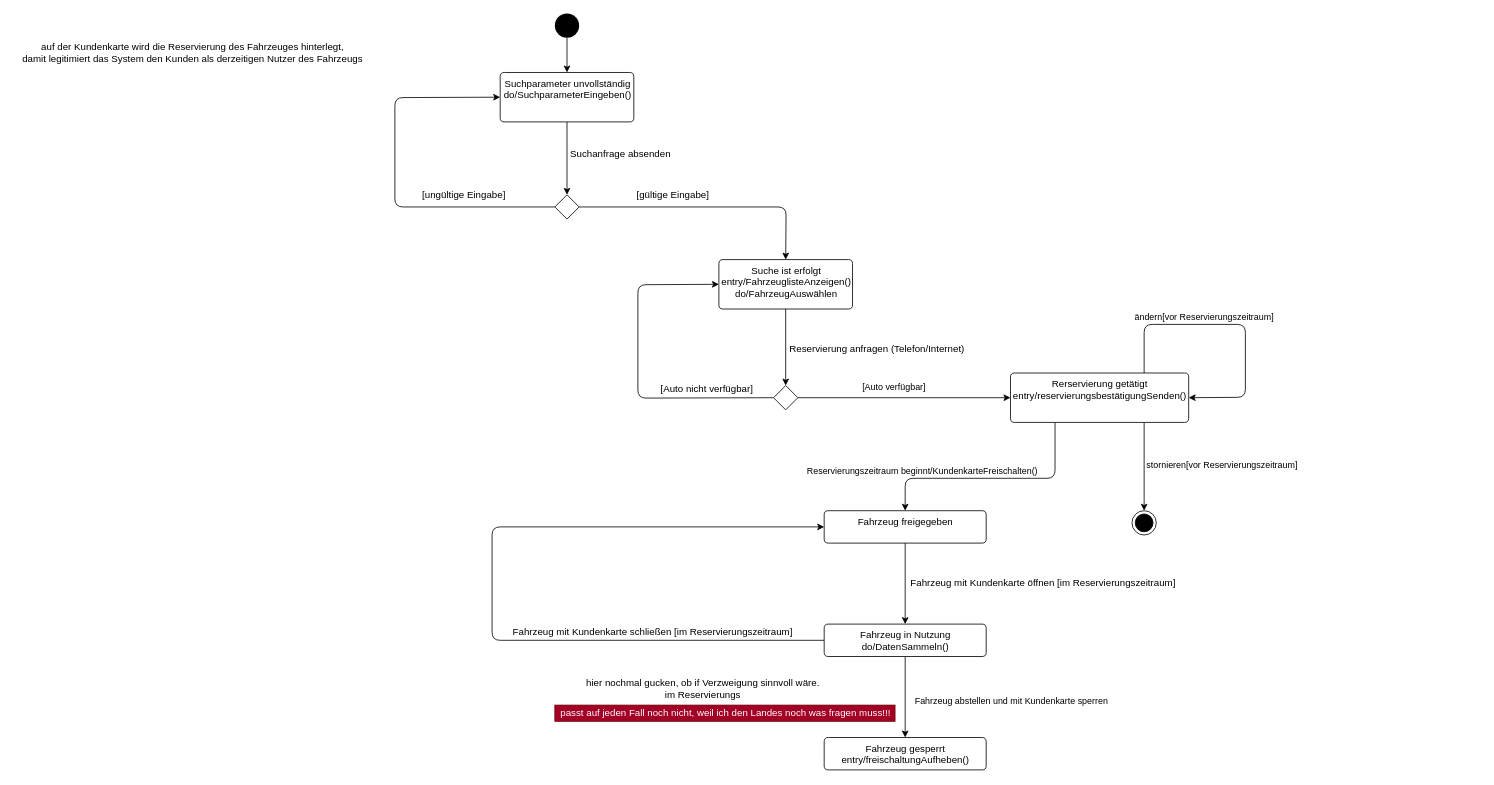
Above: Mini-Praktikum/e-Zustandsdiagramm-Lukas.drawio in TheBlackDragon4/SWE-HS-Co-Se5 (draw.io), before the change. Source tidied: cells renumbered, new cells numbered last; positions are measured from the earlier drawing's top-left corner, leaving out a move shared by most shapes. Both pictures are drawn from the tidied source at 81%, with x=0, y=0 at pixel (14, 13).
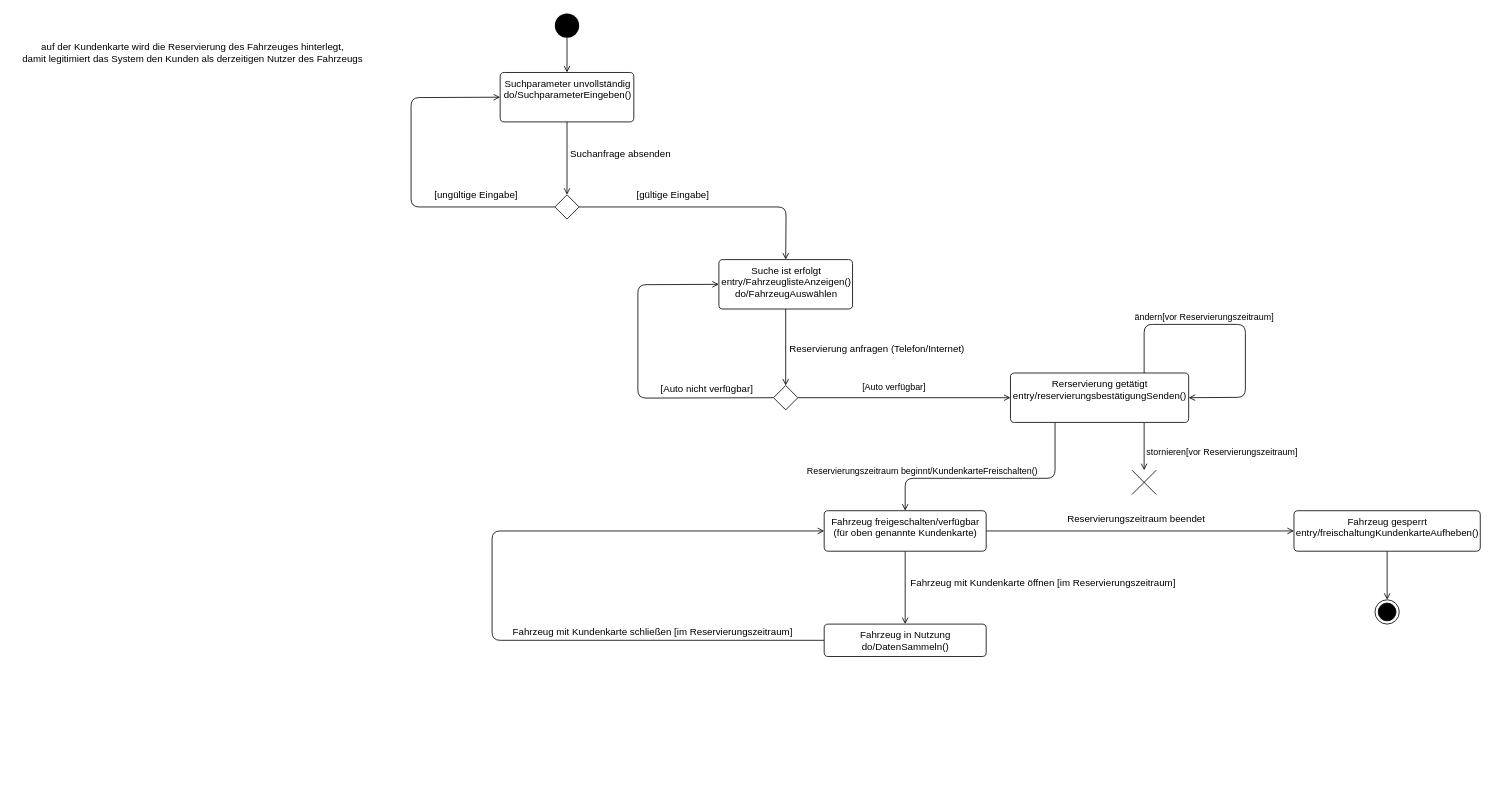
Above is the later version.

Unchanged cells that the change refers to:
```xml
<mxCell id="3" style="ellipse;fillColor=#000000;strokeColor=none;" parent="1" vertex="1">
  <mxGeometry x="667.5" y="0.2" width="30" height="30" as="geometry" />
</mxCell>
<mxCell id="7" value="Suchparameter unvollständig&lt;br&gt;do/SuchparameterEingeben()" style="html=1;align=center;verticalAlign=top;rounded=1;absoluteArcSize=1;arcSize=10;dashed=0;" parent="1" vertex="1">
  <mxGeometry x="600" y="73" width="165" height="61" as="geometry" />
</mxCell>
<mxCell id="14" value="Rerservierung getätigt&lt;br&gt;entry/reservierungsbestätigungSenden()" style="html=1;align=center;verticalAlign=top;rounded=1;absoluteArcSize=1;arcSize=10;dashed=0;" parent="1" vertex="1">
  <mxGeometry x="1230" y="444" width="220" height="61" as="geometry" />
</mxCell>
<mxCell id="24" style="rhombus;direction=east;" parent="1" vertex="1">
  <mxGeometry x="667.5" y="224" width="30" height="30" as="geometry" />
</mxCell>
<mxCell id="27" value="Suche ist erfolgt&lt;br&gt;entry/FahrzeuglisteAnzeigen()&lt;br&gt;do/FahrzeugAuswählen" style="html=1;align=center;verticalAlign=top;rounded=1;absoluteArcSize=1;arcSize=10;dashed=0;" parent="1" vertex="1">
  <mxGeometry x="870" y="304" width="165" height="61" as="geometry" />
</mxCell>
<mxCell id="31" style="rhombus;direction=east;" parent="1" vertex="1">
  <mxGeometry x="937.5" y="459.5" width="30" height="30" as="geometry" />
</mxCell>
<mxCell id="35" value="Fahrzeug in Nutzung&lt;br&gt;do/DatenSammeln()" style="html=1;align=center;verticalAlign=top;rounded=1;absoluteArcSize=1;arcSize=10;dashed=0;" parent="1" vertex="1">
  <mxGeometry x="1000" y="754" width="200" height="40" as="geometry" />
</mxCell>
```

Diff of the diagram source:
```diff
@@
-    <mxCell id="2" style="edgeStyle=none;html=1;exitX=0.5;exitY=1;exitDx=0;exitDy=0;entryX=0.5;entryY=0;entryDx=0;entryDy=0;" parent="1" edge="1" source="3" target="7">
+    <mxCell id="2" style="edgeStyle=none;html=1;exitX=0.5;exitY=1;exitDx=0;exitDy=0;entryX=0.5;entryY=0;entryDx=0;entryDy=0;endArrow=open;endFill=0;" parent="1" edge="1" source="3" target="7">
       <mxGeometry relative="1" as="geometry" />
     </mxCell>
@@
-    <mxCell id="4" style="edgeStyle=none;html=1;entryX=0;entryY=0.5;entryDx=0;entryDy=0;exitX=1;exitY=0.5;exitDx=0;exitDy=0;" parent="1" edge="1" source="31" target="14">
+    <mxCell id="4" style="edgeStyle=none;html=1;entryX=0;entryY=0.5;entryDx=0;entryDy=0;exitX=1;exitY=0.5;exitDx=0;exitDy=0;endArrow=open;endFill=0;" parent="1" edge="1" source="31" target="14">
       <mxGeometry relative="1" as="geometry" />
     </mxCell>
@@
-    <mxCell id="6" style="edgeStyle=none;html=1;exitX=0.5;exitY=1;exitDx=0;exitDy=0;entryX=0.5;entryY=0;entryDx=0;entryDy=0;" parent="1" edge="1" source="7" target="24">
+    <mxCell id="6" style="edgeStyle=none;html=1;exitX=0.5;exitY=1;exitDx=0;exitDy=0;entryX=0.5;entryY=0;entryDx=0;entryDy=0;endArrow=open;endFill=0;" parent="1" edge="1" source="7" target="24">
       <mxGeometry relative="1" as="geometry" />
     </mxCell>
@@
-    <mxCell id="8" style="edgeStyle=none;html=1;exitX=0.75;exitY=0;exitDx=0;exitDy=0;entryX=1;entryY=0.5;entryDx=0;entryDy=0;" parent="1" edge="1" source="14" target="14">
+    <mxCell id="8" style="edgeStyle=none;html=1;exitX=0.75;exitY=0;exitDx=0;exitDy=0;entryX=1;entryY=0.5;entryDx=0;entryDy=0;endArrow=open;endFill=0;" parent="1" edge="1" source="14" target="14">
       <mxGeometry relative="1" as="geometry">
         <Array as="points">
           <mxPoint x="1395" y="384" />
           <mxPoint x="1520" y="384" />
           <mxPoint x="1520" y="474" />
         </Array>
       </mxGeometry>
     </mxCell>
@@
-    <mxCell id="10" style="edgeStyle=none;html=1;exitX=0.75;exitY=1;exitDx=0;exitDy=0;entryX=0.5;entryY=0;entryDx=0;entryDy=0;" parent="1" edge="1" source="14" target="15">
-      <mxGeometry relative="1" as="geometry" />
+    <mxCell id="10" style="edgeStyle=none;html=1;exitX=0.75;exitY=1;exitDx=0;exitDy=0;endArrow=open;endFill=0;entryX=0.5;entryY=0;entryDx=0;entryDy=0;" parent="1" edge="1" source="14">
+      <mxGeometry relative="1" as="geometry">
+        <mxPoint x="1395" y="564" as="targetPoint" />
+      </mxGeometry>
     </mxCell>
@@
-    <mxCell id="12" style="edgeStyle=none;html=1;exitX=0.25;exitY=1;exitDx=0;exitDy=0;entryX=0.5;entryY=0;entryDx=0;entryDy=0;" parent="1" edge="1" source="14" target="20">
+    <mxCell id="12" style="edgeStyle=none;html=1;exitX=0.25;exitY=1;exitDx=0;exitDy=0;entryX=0.5;entryY=0;entryDx=0;entryDy=0;endArrow=open;endFill=0;" parent="1" edge="1" source="14" target="20">
       <mxGeometry relative="1" as="geometry">
         <Array as="points">
           <mxPoint x="1285" y="574" />
           <mxPoint x="1100" y="574" />
         </Array>
       </mxGeometry>
     </mxCell>
@@
-    <mxCell id="15" style="ellipse;html=1;shape=endState;fillColor=#000000;strokeColor=#000000;" parent="1" vertex="1">
-      <mxGeometry x="1380" y="614" width="30" height="30" as="geometry" />
-    </mxCell>
@@
-    <mxCell id="17" style="edgeStyle=none;html=1;entryX=0.5;entryY=0;entryDx=0;entryDy=0;exitX=0.5;exitY=1;exitDx=0;exitDy=0;" parent="1" edge="1" source="35" target="21">
-      <mxGeometry relative="1" as="geometry" />
-    </mxCell>
-    <mxCell id="18" value="Fahrzeug abstellen und mit Kundenkarte sperren" style="edgeLabel;html=1;align=center;verticalAlign=middle;" parent="17" vertex="1">
-      <mxGeometry x="-0.31" y="1" relative="1" as="geometry">
-        <mxPoint x="129" y="19" as="offset" />
-      </mxGeometry>
-    </mxCell>
-    <mxCell id="19" style="edgeStyle=none;html=1;exitX=0.5;exitY=1;exitDx=0;exitDy=0;entryX=0.5;entryY=0;entryDx=0;entryDy=0;" parent="1" edge="1" source="20" target="35">
+    <mxCell id="19" style="edgeStyle=none;html=1;exitX=0.5;exitY=1;exitDx=0;exitDy=0;entryX=0.5;entryY=0;entryDx=0;entryDy=0;endArrow=open;endFill=0;" parent="1" edge="1" source="20" target="35">
       <mxGeometry relative="1" as="geometry" />
     </mxCell>
+    <mxCell id="40" style="edgeStyle=none;html=1;exitX=1;exitY=0.5;exitDx=0;exitDy=0;entryX=0;entryY=0.5;entryDx=0;entryDy=0;endArrow=open;endFill=0;" parent="1" edge="1" source="20" target="42">
+      <mxGeometry relative="1" as="geometry" />
+    </mxCell>
-    <mxCell id="20" value="Fahrzeug freigegeben&lt;br&gt;" style="html=1;align=center;verticalAlign=top;rounded=1;absoluteArcSize=1;arcSize=10;dashed=0;" parent="1" vertex="1">
-      <mxGeometry x="1000" y="614" width="200" height="40" as="geometry" />
+    <mxCell id="20" value="Fahrzeug freigeschalten/verfügbar&lt;br&gt;(für oben genannte Kundenkarte)" style="html=1;align=center;verticalAlign=top;rounded=1;absoluteArcSize=1;arcSize=10;dashed=0;" parent="1" vertex="1">
+      <mxGeometry x="1000" y="614" width="200" height="50" as="geometry" />
     </mxCell>
-    <mxCell id="21" value="Fahrzeug gesperrt&lt;br&gt;entry/freischaltungAufheben()" style="html=1;align=center;verticalAlign=top;rounded=1;absoluteArcSize=1;arcSize=10;dashed=0;" parent="1" vertex="1">
-      <mxGeometry x="1000" y="894" width="200" height="40" as="geometry" />
-    </mxCell>
-    <mxCell id="22" style="edgeStyle=none;html=1;exitX=0;exitY=0.5;exitDx=0;exitDy=0;entryX=0;entryY=0.5;entryDx=0;entryDy=0;" parent="1" edge="1" source="24" target="7">
+    <mxCell id="22" style="edgeStyle=none;html=1;exitX=0;exitY=0.5;exitDx=0;exitDy=0;entryX=0;entryY=0.5;entryDx=0;entryDy=0;endArrow=open;endFill=0;" parent="1" edge="1" source="24" target="7">
       <mxGeometry relative="1" as="geometry">
         <Array as="points">
-          <mxPoint x="470" y="239" />
-          <mxPoint x="470" y="104" />
+          <mxPoint x="490" y="239" />
+          <mxPoint x="490" y="104" />
         </Array>
       </mxGeometry>
     </mxCell>
-    <mxCell id="23" style="edgeStyle=none;html=1;exitX=1;exitY=0.5;exitDx=0;exitDy=0;entryX=0.5;entryY=0;entryDx=0;entryDy=0;" parent="1" edge="1" source="24" target="27">
+    <mxCell id="23" style="edgeStyle=none;html=1;exitX=1;exitY=0.5;exitDx=0;exitDy=0;entryX=0.5;entryY=0;entryDx=0;entryDy=0;endArrow=open;endFill=0;" parent="1" edge="1" source="24" target="27">
       <mxGeometry relative="1" as="geometry">
         <Array as="points">
           <mxPoint x="953" y="239" />
         </Array>
       </mxGeometry>
     </mxCell>
@@
     <mxCell id="25" value="[ungültige Eingabe]" style="text;html=1;align=center;verticalAlign=middle;strokeColor=none;fillColor=none;" parent="1" vertex="1">
-      <mxGeometry x="495" y="214" width="120" height="20" as="geometry" />
+      <mxGeometry x="510" y="214" width="120" height="20" as="geometry" />
     </mxCell>
-    <mxCell id="26" style="edgeStyle=none;html=1;exitX=0.5;exitY=1;exitDx=0;exitDy=0;entryX=0.5;entryY=0;entryDx=0;entryDy=0;" parent="1" edge="1" source="27" target="31">
+    <mxCell id="26" style="edgeStyle=none;html=1;exitX=0.5;exitY=1;exitDx=0;exitDy=0;entryX=0.5;entryY=0;entryDx=0;entryDy=0;endArrow=open;endFill=0;" parent="1" edge="1" source="27" target="31">
       <mxGeometry relative="1" as="geometry" />
     </mxCell>
@@
-    <mxCell id="30" style="edgeStyle=none;html=1;exitX=0;exitY=0.5;exitDx=0;exitDy=0;entryX=0;entryY=0.5;entryDx=0;entryDy=0;" parent="1" edge="1" source="31" target="27">
+    <mxCell id="30" style="edgeStyle=none;html=1;exitX=0;exitY=0.5;exitDx=0;exitDy=0;entryX=0;entryY=0.5;entryDx=0;entryDy=0;endArrow=open;endFill=0;" parent="1" edge="1" source="31" target="27">
       <mxGeometry relative="1" as="geometry">
         <Array as="points">
           <mxPoint x="770" y="475" />
           <mxPoint x="770" y="335" />
         </Array>
       </mxGeometry>
     </mxCell>
@@
-    <mxCell id="34" style="edgeStyle=none;html=1;exitX=0;exitY=0.5;exitDx=0;exitDy=0;entryX=0;entryY=0.5;entryDx=0;entryDy=0;" parent="1" edge="1" source="35" target="20">
+    <mxCell id="34" style="edgeStyle=none;html=1;exitX=0;exitY=0.5;exitDx=0;exitDy=0;entryX=0;entryY=0.5;entryDx=0;entryDy=0;endArrow=open;endFill=0;" parent="1" edge="1" source="35" target="20">
       <mxGeometry relative="1" as="geometry">
         <Array as="points">
           <mxPoint x="590" y="774" />
-          <mxPoint x="590" y="634" />
+          <mxPoint x="590" y="639" />
         </Array>
       </mxGeometry>
     </mxCell>
@@
-    <mxCell id="38" value="hier nochmal gucken, ob if Verzweigung sinnvoll wäre.&lt;br&gt;im Reservierungs" style="text;html=1;align=center;verticalAlign=middle;strokeColor=none;fillColor=none;" parent="1" vertex="1">
-      <mxGeometry x="700" y="819" width="300" height="30" as="geometry" />
-    </mxCell>
-    <mxCell id="39" value="passt auf jeden Fall noch nicht, weil ich den Landes noch was fragen muss!!!" style="text;html=1;align=center;verticalAlign=middle;strokeColor=#6F0000;fillColor=#a20025;fontColor=#ffffff;" parent="1" vertex="1">
-      <mxGeometry x="667.5" y="854" width="420" height="20" as="geometry" />
-    </mxCell>
+    <mxCell id="41" style="edgeStyle=none;html=1;exitX=0.5;exitY=1;exitDx=0;exitDy=0;entryX=0.5;entryY=0;entryDx=0;entryDy=0;endArrow=open;endFill=0;" parent="1" edge="1" source="42" target="44">
+      <mxGeometry relative="1" as="geometry" />
+    </mxCell>
+    <mxCell id="42" value="Fahrzeug gesperrt&lt;br&gt;entry/freischaltungKundenkarteAufheben()" style="html=1;align=center;verticalAlign=top;rounded=1;absoluteArcSize=1;arcSize=10;dashed=0;" parent="1" vertex="1">
+      <mxGeometry x="1580" y="614" width="230" height="50" as="geometry" />
+    </mxCell>
+    <mxCell id="43" value="Reservierungszeitraum beendet" style="text;html=1;align=center;verticalAlign=middle;strokeColor=none;fillColor=none;" parent="1" vertex="1">
+      <mxGeometry x="1290" y="614" width="190" height="20" as="geometry" />
+    </mxCell>
+    <mxCell id="44" style="ellipse;html=1;shape=endState;fillColor=#000000;strokeColor=#000000;" parent="1" vertex="1">
+      <mxGeometry x="1680" y="724" width="30" height="30" as="geometry" />
+    </mxCell>
+    <mxCell id="45" style="shape=umlDestroy;" parent="1" vertex="1">
+      <mxGeometry x="1380" y="564" width="30" height="30" as="geometry" />
+    </mxCell>
```
